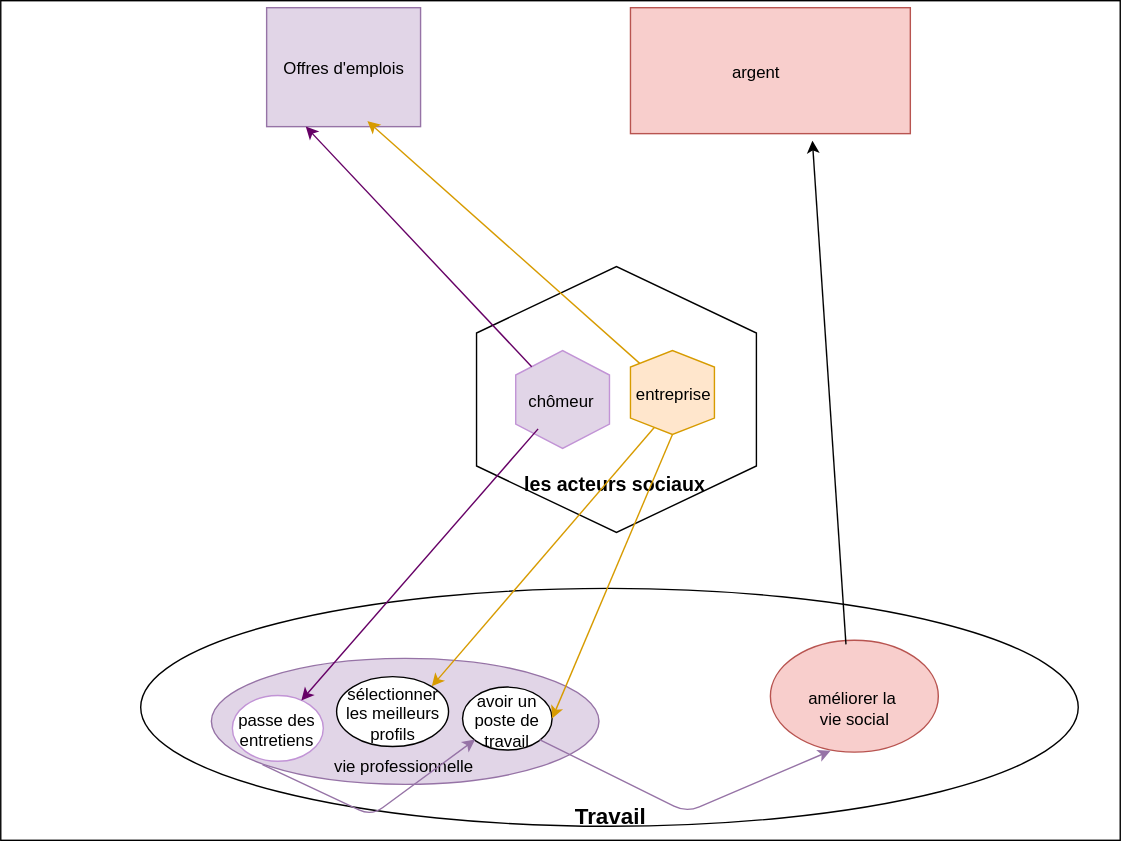
samszo/GSI-AVUN_18-19 keeps this draw.io diagram as HAFIS KAMELIA/modeles/Untitled Diagram.svg. Above is the earlier version. Source tidied: cells renumbered, new cells last; positions are measured from the earlier drawing's top-left corner, leaving out a move shared by most shapes. Source of this version:
```xml
<mxGraphModel>
  <root>
    <mxCell id="0" />
    <mxCell id="1" parent="0" />
    <mxCell id="2" style="rounded=0;whiteSpace=wrap;html=1;" parent="1" vertex="1">
      <mxGeometry width="800" height="600" as="geometry" />
    </mxCell>
    <mxCell id="3" value="Offres d'emplois&lt;br&gt;" style="rounded=0;whiteSpace=wrap;html=1;fillColor=#e1d5e7;strokeColor=#9673a6;" parent="1" vertex="1">
      <mxGeometry x="190" y="5" width="110" height="85" as="geometry" />
    </mxCell>
    <mxCell id="4" style="rounded=0;whiteSpace=wrap;html=1;fillColor=#f8cecc;strokeColor=#b85450;" parent="1" vertex="1">
      <mxGeometry x="450" y="5" width="200" height="90" as="geometry" />
    </mxCell>
    <mxCell id="5" value="&lt;b style=&quot;font-size: 14px&quot;&gt;&lt;br&gt;&lt;br&gt;&lt;br&gt;&lt;br&gt;&lt;br&gt;&lt;br&gt;&lt;br&gt;les acteurs sociaux&amp;nbsp;&lt;/b&gt;&lt;br&gt;" style="shape=hexagon;perimeter=hexagonPerimeter2;whiteSpace=wrap;html=1;direction=south;" parent="1" vertex="1">
      <mxGeometry x="340" y="190" width="200" height="190" as="geometry" />
    </mxCell>
    <mxCell id="6" value="&lt;br&gt;&lt;br&gt;&lt;br&gt;&lt;br&gt;&lt;br&gt;&lt;br&gt;&lt;br&gt;&lt;br&gt;&lt;br&gt;&lt;br&gt;&lt;b&gt;&lt;font style=&quot;font-size: 16px&quot;&gt;Travail&lt;/font&gt;&lt;/b&gt;&lt;br&gt;" style="ellipse;whiteSpace=wrap;html=1;" parent="1" vertex="1">
      <mxGeometry x="100" y="420" width="670" height="170" as="geometry" />
    </mxCell>
    <mxCell id="7" value="&lt;br&gt;améliorer la&amp;nbsp;&lt;br&gt;vie social&lt;br&gt;" style="ellipse;whiteSpace=wrap;html=1;fillColor=#f8cecc;strokeColor=#b85450;" parent="1" vertex="1">
      <mxGeometry x="550" y="456.5" width="120" height="80" as="geometry" />
    </mxCell>
    <mxCell id="8" value="&lt;br&gt;&lt;br&gt;&lt;br&gt;&lt;br&gt;vie professionnelle&amp;nbsp;&lt;br&gt;" style="ellipse;whiteSpace=wrap;html=1;fillColor=#e1d5e7;strokeColor=#9673a6;" parent="1" vertex="1">
      <mxGeometry x="150" y="470" width="277" height="90" as="geometry" />
    </mxCell>
    <mxCell id="9" value="chômeur&amp;nbsp;" style="shape=hexagon;perimeter=hexagonPerimeter2;whiteSpace=wrap;html=1;direction=south;fillColor=#e1d5e7;strokeColor=#C294D6;" parent="1" vertex="1">
      <mxGeometry x="368" y="250" width="67" height="70" as="geometry" />
    </mxCell>
    <mxCell id="10" value="entreprise" style="shape=hexagon;perimeter=hexagonPerimeter2;whiteSpace=wrap;html=1;direction=south;size=0.1958338737487793;fillColor=#ffe6cc;strokeColor=#d79b00;" parent="1" vertex="1">
      <mxGeometry x="450" y="250" width="60" height="60" as="geometry" />
    </mxCell>
    <mxCell id="11" value="avoir un poste de travail" style="ellipse;whiteSpace=wrap;html=1;" parent="1" vertex="1">
      <mxGeometry x="330" y="490" width="64" height="45" as="geometry" />
    </mxCell>
    <mxCell id="12" value="sélectionner&lt;br&gt;les meilleurs profils" style="ellipse;whiteSpace=wrap;html=1;" parent="1" vertex="1">
      <mxGeometry x="240" y="482.5" width="80" height="50" as="geometry" />
    </mxCell>
    <mxCell id="13" value="argent" style="text;html=1;strokeColor=none;fillColor=none;align=center;verticalAlign=middle;whiteSpace=wrap;rounded=0;" parent="1" vertex="1">
      <mxGeometry x="505" y="40" width="70" height="20" as="geometry" />
    </mxCell>
    <mxCell id="14" value="passe des entretiens" style="ellipse;whiteSpace=wrap;html=1;strokeColor=#C294D6;" parent="1" vertex="1">
      <mxGeometry x="165" y="496.5" width="65" height="47" as="geometry" />
    </mxCell>
    <mxCell id="15" style="endArrow=classic;html=1;" parent="1" edge="1">
      <mxGeometry relative="1" as="geometry">
        <mxPoint x="604" y="460" as="sourcePoint" />
        <mxPoint x="580" y="100" as="targetPoint" />
      </mxGeometry>
    </mxCell>
    <mxCell id="16" style="endArrow=classic;html=1;entryX=0.25;entryY=1;entryDx=0;entryDy=0;strokeColor=#660066;" parent="1" edge="1" source="9" target="3">
      <mxGeometry relative="1" as="geometry" />
    </mxCell>
    <mxCell id="17" style="endArrow=classic;html=1;entryX=0.651;entryY=0.953;entryDx=0;entryDy=0;entryPerimeter=0;fillColor=#ffe6cc;strokeColor=#d79b00;" parent="1" edge="1" source="10" target="3">
      <mxGeometry relative="1" as="geometry" />
    </mxCell>
    <mxCell id="18" style="endArrow=classic;html=1;strokeColor=#660066;exitX=0.8;exitY=0.764;exitDx=0;exitDy=0;exitPerimeter=0;" parent="1" edge="1" source="9" target="14">
      <mxGeometry relative="1" as="geometry" />
    </mxCell>
    <mxCell id="19" style="endArrow=classic;html=1;strokeColor=#d79b00;exitX=1;exitY=0.5;exitDx=0;exitDy=0;entryX=1;entryY=0.5;entryDx=0;entryDy=0;fillColor=#ffe6cc;" parent="1" edge="1" source="10" target="11">
      <mxGeometry relative="1" as="geometry" />
    </mxCell>
    <mxCell id="20" style="endArrow=classic;html=1;strokeColor=#d79b00;exitX=1;exitY=0.75;exitDx=0;exitDy=0;entryX=1;entryY=0;entryDx=0;entryDy=0;fillColor=#ffe6cc;" parent="1" edge="1" source="10" target="12">
      <mxGeometry relative="1" as="geometry" />
    </mxCell>
    <mxCell id="21" style="endArrow=classic;html=1;exitX=1;exitY=1;exitDx=0;exitDy=0;entryX=0.356;entryY=0.994;entryDx=0;entryDy=0;entryPerimeter=0;fillColor=#e1d5e7;strokeColor=#9673a6;" parent="1" edge="1" source="11" target="7">
      <mxGeometry relative="1" as="geometry">
        <Array as="points">
          <mxPoint x="490" y="580" />
        </Array>
      </mxGeometry>
    </mxCell>
    <mxCell id="22" style="endArrow=classic;html=1;exitX=0.34;exitY=1.053;exitDx=0;exitDy=0;entryX=0;entryY=1;entryDx=0;entryDy=0;fillColor=#e1d5e7;strokeColor=#9673a6;exitPerimeter=0;" parent="1" edge="1" source="14" target="11">
      <mxGeometry relative="1" as="geometry">
        <Array as="points">
          <mxPoint x="265" y="582.5" />
        </Array>
      </mxGeometry>
    </mxCell>
  </root>
</mxGraphModel>
```
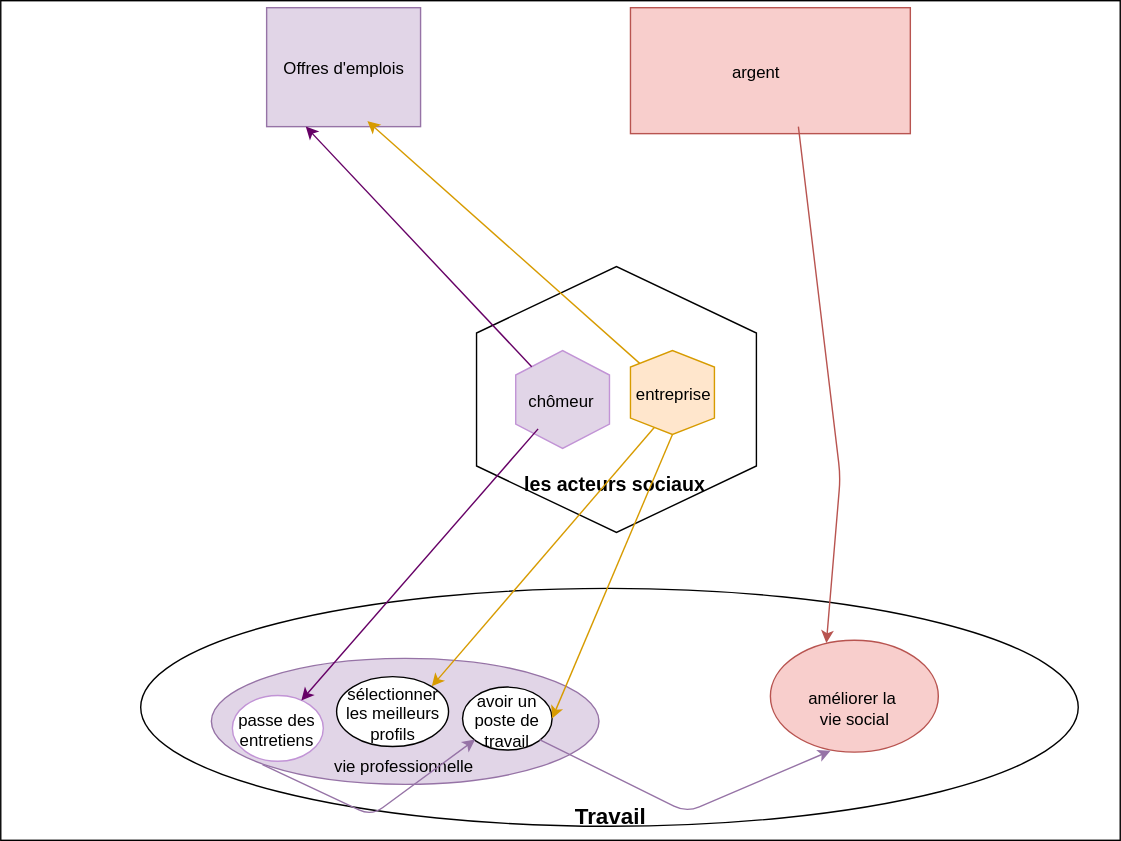
Later version of the same file.

What changed in the source:
```diff
@@ -41,10 +41,12 @@
     <mxCell id="14" value="passe des entretiens" style="ellipse;whiteSpace=wrap;html=1;strokeColor=#C294D6;" parent="1" vertex="1">
       <mxGeometry x="165" y="496.5" width="65" height="47" as="geometry" />
     </mxCell>
-    <mxCell id="15" style="endArrow=classic;html=1;" parent="1" edge="1">
+    <mxCell id="15" style="endArrow=classic;html=1;entryX=0.337;entryY=0.036;entryDx=0;entryDy=0;entryPerimeter=0;fillColor=#f8cecc;strokeColor=#b85450;" parent="1" edge="1" target="7">
       <mxGeometry relative="1" as="geometry">
-        <mxPoint x="604" y="460" as="sourcePoint" />
-        <mxPoint x="580" y="100" as="targetPoint" />
+        <mxPoint x="570" y="90" as="sourcePoint" />
+        <Array as="points">
+          <mxPoint x="600" y="340" />
+        </Array>
       </mxGeometry>
     </mxCell>
     <mxCell id="16" style="endArrow=classic;html=1;entryX=0.25;entryY=1;entryDx=0;entryDy=0;strokeColor=#660066;" parent="1" edge="1" source="9" target="3">
```
